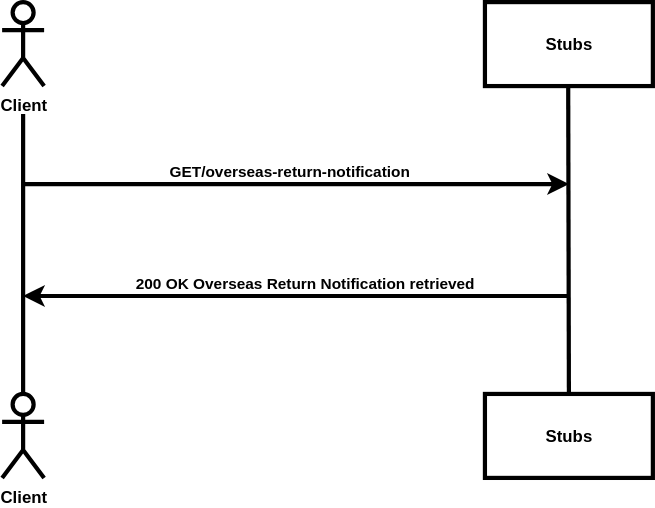
Earlier version of the draw.io export source/documentation/figures/retrieveorn-test-sequence.svg (hmrc/pillar2-service-guide). Source tidied: cells renumbered, new cells last; positions are measured from the earlier drawing's top-left corner, leaving out a move shared by most shapes.
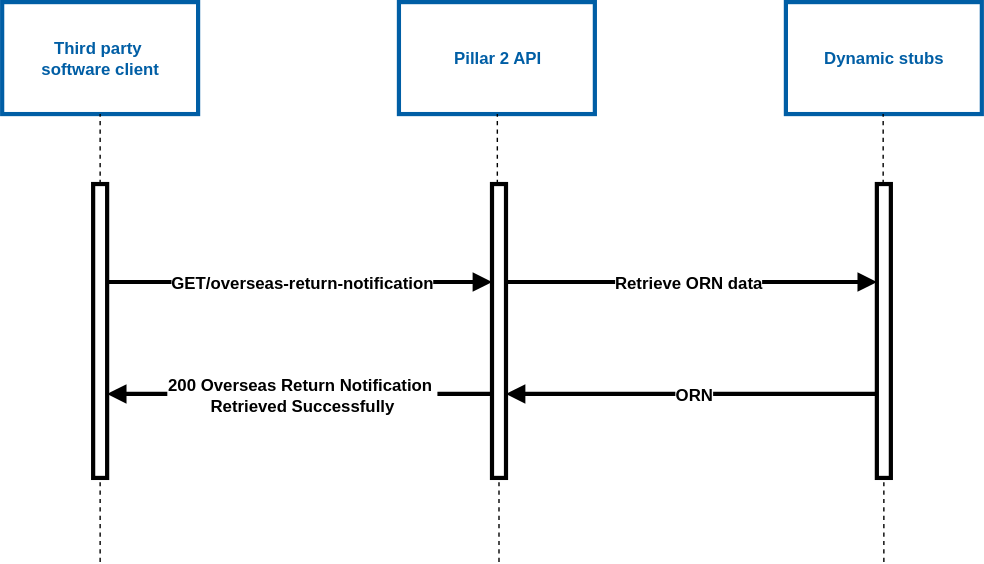
After the change.

Commit message:
Updated sequence diagrams

Change to the diagram source:
```diff
@@ -2,50 +2,91 @@
   <root>
     <mxCell id="0" />
     <mxCell id="1" parent="0" />
-    <mxCell id="2" value="Client" style="shape=umlActor;verticalLabelPosition=bottom;verticalAlign=top;html=1;fontStyle=1;strokeWidth=3;" parent="1" vertex="1">
-      <mxGeometry width="30" height="60" as="geometry" />
-    </mxCell>
-    <mxCell id="3" value="Client" style="shape=umlActor;verticalLabelPosition=bottom;verticalAlign=top;html=1;fontStyle=1;strokeWidth=3;" parent="1" vertex="1">
-      <mxGeometry y="280" width="30" height="60" as="geometry" />
-    </mxCell>
-    <mxCell id="4" style="endArrow=none;html=1;rounded=0;fontStyle=1;strokeWidth=3;" parent="1" edge="1">
-      <mxGeometry relative="1" as="geometry">
-        <mxPoint x="15" y="280" as="sourcePoint" />
-        <mxPoint x="15" y="80" as="targetPoint" />
-      </mxGeometry>
-    </mxCell>
-    <mxCell id="5" value="Stubs" style="rounded=0;whiteSpace=wrap;html=1;fontStyle=1;strokeWidth=3;" parent="1" vertex="1">
-      <mxGeometry x="345" width="120" height="60" as="geometry" />
-    </mxCell>
-    <mxCell id="6" value="Stubs" style="rounded=0;whiteSpace=wrap;html=1;fontStyle=1;strokeWidth=3;" parent="1" vertex="1">
-      <mxGeometry x="345" y="280" width="120" height="60" as="geometry" />
-    </mxCell>
-    <mxCell id="7" style="endArrow=none;html=1;rounded=0;exitX=0.5;exitY=0;exitDx=0;exitDy=0;fontStyle=1;strokeWidth=3;" parent="1" edge="1" source="6">
-      <mxGeometry relative="1" as="geometry">
-        <mxPoint x="404.5" y="60" as="targetPoint" />
-      </mxGeometry>
-    </mxCell>
-    <mxCell id="8" style="endArrow=classic;html=1;rounded=0;fontStyle=1;strokeWidth=3;" parent="1" edge="1">
-      <mxGeometry relative="1" as="geometry">
-        <mxPoint x="15" y="130" as="sourcePoint" />
-        <mxPoint x="405" y="130" as="targetPoint" />
-      </mxGeometry>
-    </mxCell>
+    <mxCell id="12" value="&lt;b&gt;&lt;font style=&quot;color: light-dark(rgb(0, 94, 165), rgb(237, 237, 237));&quot;&gt;Third party&amp;nbsp;&lt;/font&gt;&lt;/b&gt;&lt;div&gt;&lt;b&gt;&lt;font style=&quot;color: light-dark(rgb(0, 94, 165), rgb(237, 237, 237));&quot;&gt;software client&lt;/font&gt;&lt;/b&gt;&lt;/div&gt;" style="rounded=0;whiteSpace=wrap;html=1;strokeWidth=3;strokeColor=light-dark(#005ea5, #ededed);" parent="1" vertex="1">
+      <mxGeometry x="-25" y="50" width="140" height="80" as="geometry" />
+    </mxCell>
+    <mxCell id="13" style="endArrow=none;dashed=1;html=1;rounded=0;strokeWidth=1;" parent="1" edge="1" source="15" target="12">
+      <mxGeometry relative="1" as="geometry" />
+    </mxCell>
+    <mxCell id="14" style="endArrow=none;dashed=1;html=1;rounded=0;strokeWidth=1;" parent="1" edge="1" target="15">
+      <mxGeometry relative="1" as="geometry">
+        <mxPoint x="45" y="450" as="sourcePoint" />
+      </mxGeometry>
+    </mxCell>
+    <mxCell id="15" style="html=1;points=[[0,0,0,0,5],[0,1,0,0,-5],[1,0,0,0,5],[1,1,0,0,-5]];perimeter=orthogonalPerimeter;outlineConnect=0;targetShapes=umlLifeline;portConstraint=eastwest;newEdgeStyle={&quot;curved&quot;:0,&quot;rounded&quot;:0};strokeWidth=3;" parent="1" vertex="1">
+      <mxGeometry x="40" y="180" width="10" height="210" as="geometry" />
+    </mxCell>
+    <mxCell id="16" value="&lt;b&gt;&lt;font style=&quot;color: light-dark(rgb(0, 94, 165), rgb(237, 237, 237));&quot;&gt;Pillar 2 API&lt;/font&gt;&lt;/b&gt;" style="rounded=0;whiteSpace=wrap;html=1;strokeWidth=3;strokeColor=light-dark(#005ea5, #ededed);" parent="1" vertex="1">
+      <mxGeometry x="258.5" y="50" width="140" height="80" as="geometry" />
+    </mxCell>
+    <mxCell id="17" style="endArrow=none;dashed=1;html=1;rounded=0;strokeWidth=1;" parent="1" edge="1" source="21" target="16">
+      <mxGeometry relative="1" as="geometry" />
+    </mxCell>
+    <mxCell id="18" style="endArrow=none;dashed=1;html=1;rounded=0;strokeWidth=1;" parent="1" edge="1" target="21">
+      <mxGeometry relative="1" as="geometry">
+        <mxPoint x="330" y="450" as="sourcePoint" />
+      </mxGeometry>
+    </mxCell>
+    <mxCell id="19" value="&lt;b style=&quot;background-color: transparent; color: light-dark(rgb(0, 0, 0), rgb(255, 255, 255));&quot;&gt;&lt;font style=&quot;color: light-dark(rgb(0, 94, 165), rgb(237, 237, 237));&quot;&gt;Dynamic stubs&lt;/font&gt;&lt;/b&gt;" style="rounded=0;whiteSpace=wrap;html=1;strokeWidth=3;strokeColor=light-dark(#005ea5, #ededed);" parent="1" vertex="1">
+      <mxGeometry x="535" y="50" width="140" height="80" as="geometry" />
+    </mxCell>
+    <mxCell id="20" style="endArrow=block;html=1;rounded=0;strokeWidth=3;endFill=1;" parent="1" edge="1" source="15" target="21">
+      <mxGeometry relative="1" as="geometry">
+        <Array as="points">
+          <mxPoint x="85" y="250" />
+        </Array>
+      </mxGeometry>
+    </mxCell>
-    <mxCell id="9" value="GET/overseas-return-notification" style="edgeLabel;html=1;align=center;verticalAlign=middle;fontStyle=1;" parent="8" vertex="1">
-      <mxGeometry x="-0.15" y="-2" relative="1" as="geometry">
-        <mxPoint x="23" y="-12" as="offset" />
-      </mxGeometry>
+    <mxCell id="9" value="GET/overseas-return-notification" style="edgeLabel;html=1;align=center;verticalAlign=middle;fontStyle=1;fontSize=12;" parent="20" vertex="1">
+      <mxGeometry relative="1" as="geometry" />
     </mxCell>
-    <mxCell id="10" style="endArrow=classic;html=1;rounded=0;fontStyle=1;strokeWidth=3;" parent="1" edge="1">
-      <mxGeometry relative="1" as="geometry">
-        <mxPoint x="405" y="210" as="sourcePoint" />
-        <mxPoint x="15" y="210" as="targetPoint" />
-      </mxGeometry>
-    </mxCell>
-    <mxCell id="11" value="200 OK Overseas Return Notification retrieved" style="edgeLabel;html=1;align=center;verticalAlign=middle;fontStyle=1;" parent="10" vertex="1">
-      <mxGeometry y="2" relative="1" as="geometry">
-        <mxPoint x="5" y="-12" as="offset" />
-      </mxGeometry>
-    </mxCell>
+    <mxCell id="21" style="html=1;points=[[0,0,0,0,5],[0,1,0,0,-5],[1,0,0,0,5],[1,1,0,0,-5]];perimeter=orthogonalPerimeter;outlineConnect=0;targetShapes=umlLifeline;portConstraint=eastwest;newEdgeStyle={&quot;curved&quot;:0,&quot;rounded&quot;:0};strokeWidth=3;" parent="1" vertex="1">
+      <mxGeometry x="325" y="180" width="10" height="210" as="geometry" />
+    </mxCell>
+    <mxCell id="22" style="endArrow=none;html=1;rounded=0;exitX=0.5;exitY=0.125;exitDx=0;exitDy=0;exitPerimeter=0;strokeWidth=3;startArrow=block;startFill=1;endFill=0;" parent="1" edge="1">
+      <mxGeometry relative="1" as="geometry">
+        <mxPoint x="50" y="330" as="sourcePoint" />
+        <mxPoint x="325" y="330" as="targetPoint" />
+      </mxGeometry>
+    </mxCell>
+    <mxCell id="23" value="200 Overseas Return Notification&amp;nbsp;&lt;div&gt;Retrieved Successfully&lt;/div&gt;" style="edgeLabel;html=1;align=center;verticalAlign=middle;fontStyle=1;fontSize=12;" parent="22" vertex="1">
+      <mxGeometry relative="1" as="geometry" />
+    </mxCell>
+    <mxCell id="24" style="endArrow=block;html=1;rounded=0;strokeWidth=3;endFill=1;" parent="1" edge="1" source="21" target="26">
+      <mxGeometry relative="1" as="geometry">
+        <Array as="points">
+          <mxPoint x="385" y="250" />
+        </Array>
+      </mxGeometry>
+    </mxCell>
+    <mxCell id="25" value="&lt;div&gt;&lt;span style=&quot;font-size: 12px;&quot;&gt;&lt;b&gt;Retrieve ORN data&lt;/b&gt;&lt;/span&gt;&lt;/div&gt;" style="edgeLabel;html=1;align=center;verticalAlign=middle;" parent="24" vertex="1">
+      <mxGeometry x="-0.03" y="3" relative="1" as="geometry">
+        <mxPoint x="1" y="3" as="offset" />
+      </mxGeometry>
+    </mxCell>
+    <mxCell id="26" style="html=1;points=[[0,0,0,0,5],[0,1,0,0,-5],[1,0,0,0,5],[1,1,0,0,-5]];perimeter=orthogonalPerimeter;outlineConnect=0;targetShapes=umlLifeline;portConstraint=eastwest;newEdgeStyle={&quot;curved&quot;:0,&quot;rounded&quot;:0};strokeWidth=3;" parent="1" vertex="1">
+      <mxGeometry x="600" y="180" width="10" height="210" as="geometry" />
+    </mxCell>
+    <mxCell id="27" style="endArrow=none;dashed=1;html=1;rounded=0;strokeWidth=1;" parent="1" edge="1">
+      <mxGeometry relative="1" as="geometry">
+        <mxPoint x="604.5" y="180" as="sourcePoint" />
+        <mxPoint x="604.5" y="130" as="targetPoint" />
+      </mxGeometry>
+    </mxCell>
+    <mxCell id="28" style="endArrow=none;dashed=1;html=1;rounded=0;strokeWidth=1;" parent="1" edge="1" target="26">
+      <mxGeometry relative="1" as="geometry">
+        <mxPoint x="605" y="450" as="sourcePoint" />
+      </mxGeometry>
+    </mxCell>
+    <mxCell id="29" style="endArrow=none;html=1;rounded=0;strokeWidth=3;startArrow=block;startFill=1;endFill=0;" parent="1" edge="1" source="21" target="26">
+      <mxGeometry relative="1" as="geometry">
+        <Array as="points">
+          <mxPoint x="415" y="330" />
+        </Array>
+      </mxGeometry>
+    </mxCell>
+    <mxCell id="30" value="ORN" style="edgeLabel;html=1;align=center;verticalAlign=middle;fontStyle=1;fontSize=12;" parent="29" vertex="1">
+      <mxGeometry relative="1" as="geometry" />
+    </mxCell>
   </root>
 </mxGraphModel>
```
